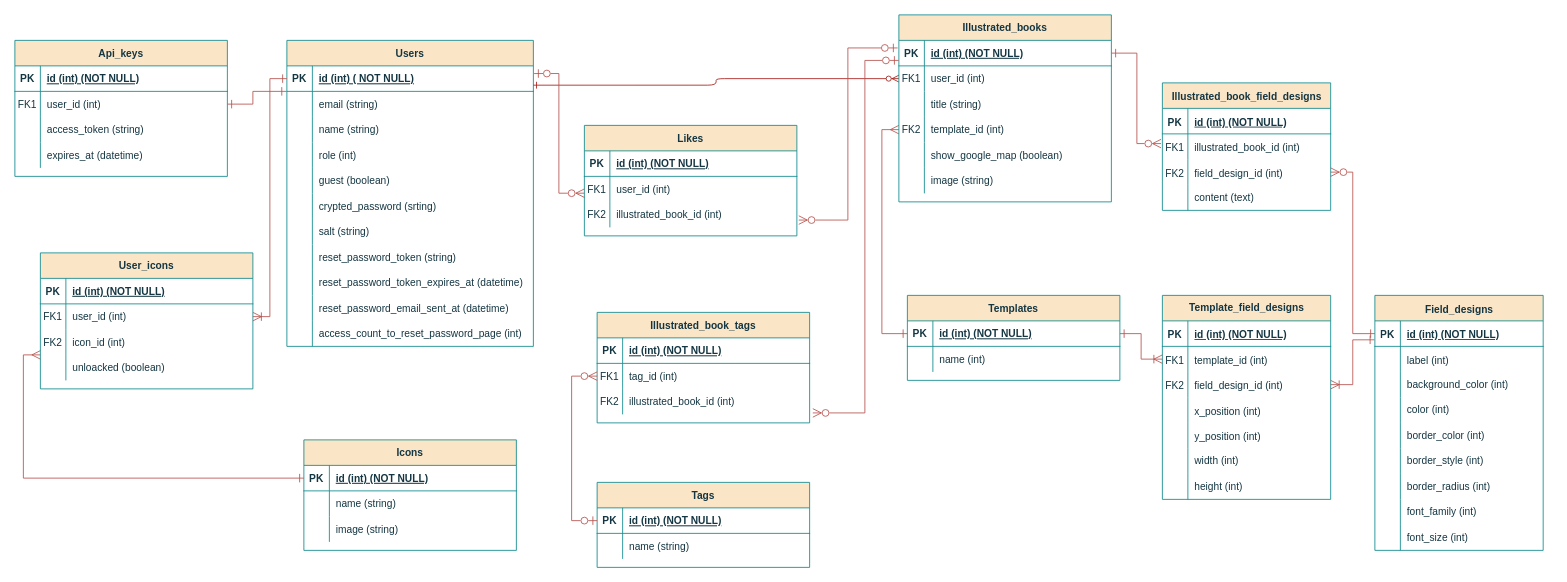
furukoshi12/zukan-create keeps this draw.io diagram as ER図.drawio. Above is the earlier version. Source tidied: cells renumbered, new cells numbered last; positions are measured from the earlier drawing's top-left corner, leaving out a move shared by most shapes. Both pictures are drawn from the tidied source at 85%, with x=0, y=0 at pixel (14, 14).
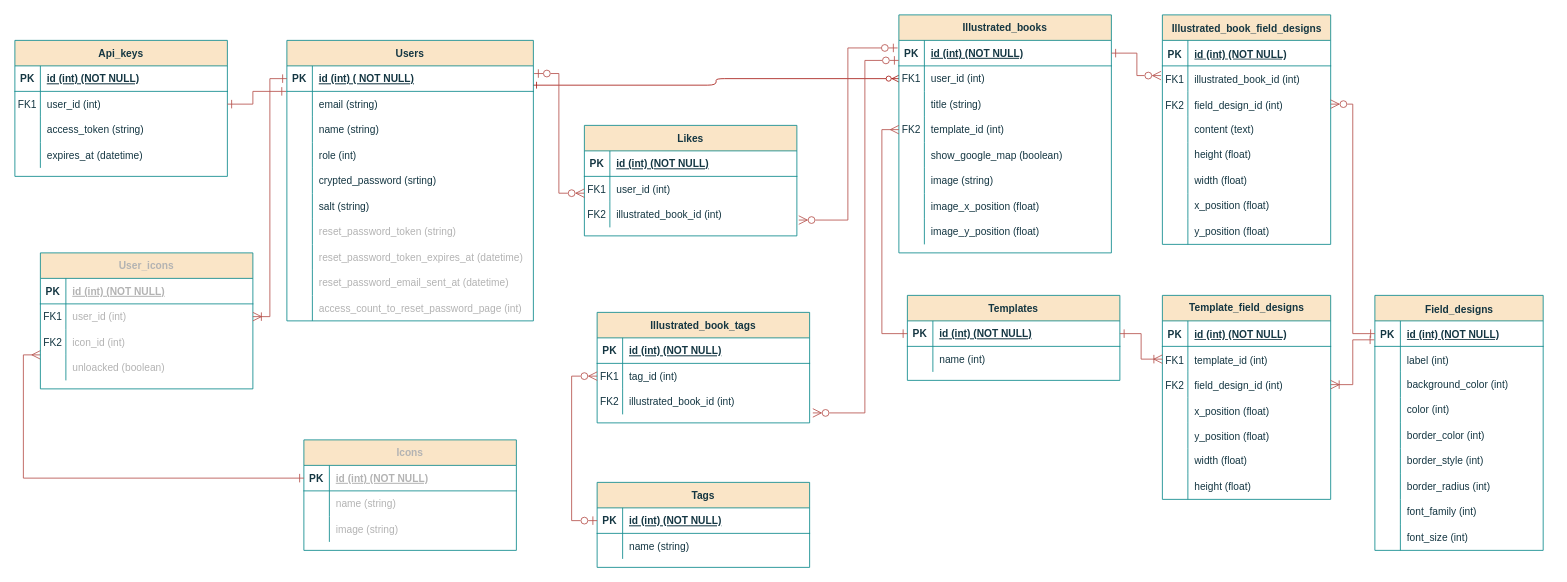
Above is the later version.

Commit message:
ER図.drawio を更新します

Unchanged cells that the change refers to:
```xml
<mxCell id="64" style="shape=partialRectangle;fillColor=none;points=[[0,0.5],[1,0.5]];portConstraint=eastwest;top=0;left=0;right=0;bottom=1;labelBackgroundColor=none;strokeColor=#0F8B8D;fontColor=#143642;" parent="63" vertex="1">
  <mxGeometry y="30" width="250" height="30" as="geometry" />
</mxCell>
<mxCell id="67" style="shape=partialRectangle;fillColor=none;top=0;left=0;right=0;bottom=0;labelBackgroundColor=none;strokeColor=#0F8B8D;fontColor=#143642;" parent="63" vertex="1">
  <mxGeometry y="60" width="250" height="30" as="geometry" />
</mxCell>
<mxCell id="70" style="shape=partialRectangle;fillColor=none;top=0;left=0;right=0;bottom=0;labelBackgroundColor=none;strokeColor=#0F8B8D;fontColor=#143642;" parent="63" vertex="1">
  <mxGeometry y="90" width="250" height="30" as="geometry" />
</mxCell>
<mxCell id="144" style="shape=tableRow;horizontal=0;startSize=0;swimlaneHead=0;swimlaneBody=0;fillColor=none;top=0;left=0;right=0;bottom=0;strokeColor=#0F8B8D;fontSize=16;fontColor=#143642;" parent="134" vertex="1">
  <mxGeometry y="120" width="198" height="30" as="geometry" />
</mxCell>
<mxCell id="147" style="shape=tableRow;horizontal=0;startSize=0;swimlaneHead=0;swimlaneBody=0;fillColor=none;top=0;left=0;right=0;bottom=0;strokeColor=#0F8B8D;fontSize=16;fontColor=#143642;" parent="134" vertex="1">
  <mxGeometry y="150" width="198" height="30" as="geometry" />
</mxCell>
<mxCell id="150" style="shape=tableRow;horizontal=0;startSize=0;swimlaneHead=0;swimlaneBody=0;fillColor=none;top=0;left=0;right=0;bottom=0;strokeColor=#0F8B8D;fontSize=16;fontColor=#143642;" parent="134" vertex="1">
  <mxGeometry y="180" width="198" height="30" as="geometry" />
</mxCell>
<mxCell id="153" style="shape=tableRow;horizontal=0;startSize=0;swimlaneHead=0;swimlaneBody=0;fillColor=none;top=0;left=0;right=0;bottom=0;strokeColor=#0F8B8D;fontSize=16;fontColor=#143642;" parent="134" vertex="1">
  <mxGeometry y="210" width="198" height="30" as="geometry" />
</mxCell>
<mxCell id="174" style="shape=partialRectangle;fillColor=none;top=0;left=0;right=0;bottom=1;labelBackgroundColor=none;strokeColor=#0F8B8D;fontColor=#143642;" parent="173" vertex="1">
  <mxGeometry y="30" width="250" height="30" as="geometry" />
</mxCell>
<mxCell id="177" style="shape=partialRectangle;fillColor=none;points=[[0,0.5],[1,0.5]];portConstraint=eastwest;top=0;left=0;right=0;bottom=0;labelBackgroundColor=none;strokeColor=#0F8B8D;fontColor=#143642;" parent="173" vertex="1">
  <mxGeometry y="60" width="250" height="30" as="geometry" />
</mxCell>
<mxCell id="180" style="shape=partialRectangle;fillColor=none;points=[[0,0.5],[1,0.5]];portConstraint=eastwest;top=0;left=0;right=0;bottom=0;labelBackgroundColor=none;strokeColor=#0F8B8D;fontColor=#143642;" parent="173" vertex="1">
  <mxGeometry y="90" width="250" height="30" as="geometry" />
</mxCell>
<mxCell id="183" style="shape=partialRectangle;fillColor=none;top=0;left=0;right=0;bottom=0;labelBackgroundColor=none;strokeColor=#0F8B8D;fontColor=#143642;" parent="173" vertex="1">
  <mxGeometry y="120" width="250" height="30" as="geometry" />
</mxCell>
```

Change to the diagram source:
```diff
@@
     <mxCell id="3" value="Illustrated_books" style="shape=table;startSize=30;childLayout=tableLayout;rowLines=0;fontStyle=1;align=center;labelBackgroundColor=none;fillColor=#FAE5C7;strokeColor=#0F8B8D;fontColor=#143642;" parent="1" vertex="1">
-      <mxGeometry x="1040" width="250" height="220" as="geometry" />
+      <mxGeometry x="1040" width="250" height="280" as="geometry" />
     </mxCell>
@@
+    <mxCell id="203" style="shape=partialRectangle;fillColor=none;top=0;left=0;right=0;bottom=0;labelBackgroundColor=none;strokeColor=#0F8B8D;fontColor=#143642;" parent="3" vertex="1">
+      <mxGeometry y="210" width="250" height="30" as="geometry" />
+    </mxCell>
+    <mxCell id="204" style="shape=partialRectangle;overflow=hidden;fillColor=none;top=0;left=0;bottom=0;right=0;labelBackgroundColor=none;strokeColor=#0F8B8D;fontColor=#143642;" parent="203" vertex="1">
+      <mxGeometry width="30" height="30" as="geometry" />
+    </mxCell>
+    <mxCell id="205" value="image_x_position (float)" style="shape=partialRectangle;overflow=hidden;fillColor=none;top=0;left=0;bottom=0;right=0;align=left;spacingLeft=6;labelBackgroundColor=none;strokeColor=#0F8B8D;fontColor=#143642;" parent="203" vertex="1">
+      <mxGeometry x="30" width="220" height="30" as="geometry" />
+    </mxCell>
+    <mxCell id="206" style="shape=partialRectangle;fillColor=none;top=0;left=0;right=0;bottom=0;labelBackgroundColor=none;strokeColor=#0F8B8D;fontColor=#143642;" parent="3" vertex="1">
+      <mxGeometry y="240" width="250" height="30" as="geometry" />
+    </mxCell>
+    <mxCell id="207" style="shape=partialRectangle;overflow=hidden;fillColor=none;top=0;left=0;bottom=0;right=0;labelBackgroundColor=none;strokeColor=#0F8B8D;fontColor=#143642;" parent="206" vertex="1">
+      <mxGeometry width="30" height="30" as="geometry" />
+    </mxCell>
+    <mxCell id="208" value="image_y_position (float)" style="shape=partialRectangle;overflow=hidden;fillColor=none;top=0;left=0;bottom=0;right=0;align=left;spacingLeft=6;labelBackgroundColor=none;strokeColor=#0F8B8D;fontColor=#143642;" parent="206" vertex="1">
+      <mxGeometry x="30" width="220" height="30" as="geometry" />
+    </mxCell>
@@
     <mxCell id="29" value="Users" style="shape=table;startSize=30;childLayout=tableLayout;rowLines=0;fontStyle=1;align=center;labelBackgroundColor=none;fillColor=#FAE5C7;strokeColor=#0F8B8D;fontColor=#143642;" parent="1" vertex="1">
-      <mxGeometry x="320" y="30" width="290" height="360" as="geometry" />
+      <mxGeometry x="320" y="30" width="290" height="330" as="geometry" />
     </mxCell>
@@
-    <mxCell id="42" style="shape=partialRectangle;fillColor=none;top=0;left=0;right=0;bottom=0;labelBackgroundColor=none;strokeColor=#0F8B8D;fontColor=#143642;" parent="29" vertex="1">
-      <mxGeometry y="150" width="290" height="30" as="geometry" />
-    </mxCell>
-    <mxCell id="43" style="shape=partialRectangle;overflow=hidden;fillColor=none;top=0;left=0;bottom=0;right=0;labelBackgroundColor=none;strokeColor=#0F8B8D;fontColor=#143642;" parent="42" vertex="1">
-      <mxGeometry width="30" height="30" as="geometry" />
-    </mxCell>
-    <mxCell id="44" value="guest (boolean)" style="shape=partialRectangle;overflow=hidden;fillColor=none;top=0;left=0;bottom=0;right=0;align=left;spacingLeft=6;labelBackgroundColor=none;strokeColor=#0F8B8D;fontColor=#143642;" parent="42" vertex="1">
-      <mxGeometry x="30" width="260" height="30" as="geometry" />
-    </mxCell>
     <mxCell id="45" style="shape=partialRectangle;fillColor=none;top=0;left=0;right=0;bottom=0;labelBackgroundColor=none;strokeColor=#0F8B8D;fontColor=#143642;" parent="29" vertex="1">
-      <mxGeometry y="180" width="290" height="30" as="geometry" />
+      <mxGeometry y="150" width="290" height="30" as="geometry" />
     </mxCell>
@@
     <mxCell id="48" style="shape=partialRectangle;fillColor=none;top=0;left=0;right=0;bottom=0;labelBackgroundColor=none;strokeColor=#0F8B8D;fontColor=#143642;" parent="29" vertex="1">
-      <mxGeometry y="210" width="290" height="30" as="geometry" />
+      <mxGeometry y="180" width="290" height="30" as="geometry" />
     </mxCell>
@@
     <mxCell id="51" style="shape=partialRectangle;fillColor=none;top=0;left=0;right=0;bottom=0;labelBackgroundColor=none;strokeColor=#0F8B8D;fontColor=#143642;" parent="29" vertex="1">
-      <mxGeometry y="240" width="290" height="30" as="geometry" />
+      <mxGeometry y="210" width="290" height="30" as="geometry" />
     </mxCell>
@@
-    <mxCell id="53" value="reset_password_token (string)" style="shape=partialRectangle;overflow=hidden;fillColor=none;top=0;left=0;bottom=0;right=0;align=left;spacingLeft=6;labelBackgroundColor=none;strokeColor=#0F8B8D;fontColor=#143642;" parent="51" vertex="1">
+    <mxCell id="53" value="reset_password_token (string)" style="shape=partialRectangle;overflow=hidden;fillColor=none;top=0;left=0;bottom=0;right=0;align=left;spacingLeft=6;labelBackgroundColor=none;strokeColor=#0F8B8D;fontColor=#B3B3B3;" parent="51" vertex="1">
       <mxGeometry x="30" width="260" height="30" as="geometry" />
     </mxCell>
     <mxCell id="54" style="shape=partialRectangle;fillColor=none;top=0;left=0;right=0;bottom=0;labelBackgroundColor=none;strokeColor=#0F8B8D;fontColor=#143642;" parent="29" vertex="1">
-      <mxGeometry y="270" width="290" height="30" as="geometry" />
+      <mxGeometry y="240" width="290" height="30" as="geometry" />
     </mxCell>
@@
-    <mxCell id="56" value="reset_password_token_expires_at (datetime)" style="shape=partialRectangle;overflow=hidden;fillColor=none;top=0;left=0;bottom=0;right=0;align=left;spacingLeft=6;labelBackgroundColor=none;strokeColor=#0F8B8D;fontColor=#143642;" parent="54" vertex="1">
+    <mxCell id="56" value="reset_password_token_expires_at (datetime)" style="shape=partialRectangle;overflow=hidden;fillColor=none;top=0;left=0;bottom=0;right=0;align=left;spacingLeft=6;labelBackgroundColor=none;strokeColor=#0F8B8D;fontColor=#B3B3B3;" parent="54" vertex="1">
       <mxGeometry x="30" width="260" height="30" as="geometry" />
     </mxCell>
     <mxCell id="57" style="shape=partialRectangle;fillColor=none;top=0;left=0;right=0;bottom=0;labelBackgroundColor=none;strokeColor=#0F8B8D;fontColor=#143642;" parent="29" vertex="1">
-      <mxGeometry y="300" width="290" height="30" as="geometry" />
+      <mxGeometry y="270" width="290" height="30" as="geometry" />
     </mxCell>
@@
-    <mxCell id="59" value="reset_password_email_sent_at (datetime)" style="shape=partialRectangle;overflow=hidden;fillColor=none;top=0;left=0;bottom=0;right=0;align=left;spacingLeft=6;labelBackgroundColor=none;strokeColor=#0F8B8D;fontColor=#143642;" parent="57" vertex="1">
+    <mxCell id="59" value="reset_password_email_sent_at (datetime)" style="shape=partialRectangle;overflow=hidden;fillColor=none;top=0;left=0;bottom=0;right=0;align=left;spacingLeft=6;labelBackgroundColor=none;strokeColor=#0F8B8D;fontColor=#B3B3B3;" parent="57" vertex="1">
       <mxGeometry x="30" width="260" height="30" as="geometry" />
     </mxCell>
     <mxCell id="60" style="shape=partialRectangle;fillColor=none;top=0;left=0;right=0;bottom=0;labelBackgroundColor=none;strokeColor=#0F8B8D;fontColor=#143642;" parent="29" vertex="1">
-      <mxGeometry y="330" width="290" height="30" as="geometry" />
+      <mxGeometry y="300" width="290" height="30" as="geometry" />
     </mxCell>
@@
-    <mxCell id="62" value="access_count_to_reset_password_page (int)" style="shape=partialRectangle;overflow=hidden;fillColor=none;top=0;left=0;bottom=0;right=0;align=left;spacingLeft=6;labelBackgroundColor=none;strokeColor=#0F8B8D;fontColor=#143642;" parent="60" vertex="1">
+    <mxCell id="62" value="access_count_to_reset_password_page (int)" style="shape=partialRectangle;overflow=hidden;fillColor=none;top=0;left=0;bottom=0;right=0;align=left;spacingLeft=6;labelBackgroundColor=none;strokeColor=#0F8B8D;fontColor=#B3B3B3;" parent="60" vertex="1">
       <mxGeometry x="30" width="260" height="30" as="geometry" />
     </mxCell>
-    <mxCell id="63" value="Icons" style="shape=table;startSize=30;childLayout=tableLayout;rowLines=0;fontStyle=1;align=center;labelBackgroundColor=none;fillColor=#FAE5C7;strokeColor=#0F8B8D;fontColor=#143642;" parent="1" vertex="1">
+    <mxCell id="63" value="Icons" style="shape=table;startSize=30;childLayout=tableLayout;rowLines=0;fontStyle=1;align=center;labelBackgroundColor=none;fillColor=#FAE5C7;strokeColor=#0F8B8D;fontColor=#B3B3B3;" parent="1" vertex="1">
       <mxGeometry x="340" y="500" width="250" height="130" as="geometry" />
     </mxCell>
@@
-    <mxCell id="66" value="id (int) (NOT NULL)" style="shape=partialRectangle;overflow=hidden;fillColor=none;top=0;left=0;bottom=0;right=0;align=left;spacingLeft=6;fontStyle=5;labelBackgroundColor=none;strokeColor=#0F8B8D;fontColor=#143642;" parent="64" vertex="1">
+    <mxCell id="66" value="id (int) (NOT NULL)" style="shape=partialRectangle;overflow=hidden;fillColor=none;top=0;left=0;bottom=0;right=0;align=left;spacingLeft=6;fontStyle=5;labelBackgroundColor=none;strokeColor=#0F8B8D;fontColor=#B3B3B3;" parent="64" vertex="1">
       <mxGeometry x="30" width="220" height="30" as="geometry" />
     </mxCell>
@@
-    <mxCell id="69" value="name (string)" style="shape=partialRectangle;overflow=hidden;fillColor=none;top=0;left=0;bottom=0;right=0;align=left;spacingLeft=6;labelBackgroundColor=none;strokeColor=#0F8B8D;fontColor=#143642;" parent="67" vertex="1">
+    <mxCell id="69" value="name (string)" style="shape=partialRectangle;overflow=hidden;fillColor=none;top=0;left=0;bottom=0;right=0;align=left;spacingLeft=6;labelBackgroundColor=none;strokeColor=#0F8B8D;fontColor=#B3B3B3;" parent="67" vertex="1">
       <mxGeometry x="30" width="220" height="30" as="geometry" />
     </mxCell>
@@
-    <mxCell id="72" value="image (string)" style="shape=partialRectangle;overflow=hidden;fillColor=none;top=0;left=0;bottom=0;right=0;align=left;spacingLeft=6;labelBackgroundColor=none;strokeColor=#0F8B8D;fontColor=#143642;" parent="70" vertex="1">
+    <mxCell id="72" value="image (string)" style="shape=partialRectangle;overflow=hidden;fillColor=none;top=0;left=0;bottom=0;right=0;align=left;spacingLeft=6;labelBackgroundColor=none;strokeColor=#0F8B8D;fontColor=#B3B3B3;" parent="70" vertex="1">
       <mxGeometry x="30" width="220" height="30" as="geometry" />
     </mxCell>
@@
-    <mxCell id="146" value="&lt;font style=&quot;font-size: 12px;&quot;&gt;x_position (int)&lt;/font&gt;" style="shape=partialRectangle;fillColor=none;top=0;left=0;bottom=0;right=0;align=left;spacingLeft=6;overflow=hidden;whiteSpace=wrap;html=1;strokeColor=#0F8B8D;fontSize=16;fontColor=#143642;" parent="144" vertex="1">
+    <mxCell id="146" value="&lt;font style=&quot;font-size: 12px;&quot;&gt;x_position (float)&lt;/font&gt;" style="shape=partialRectangle;fillColor=none;top=0;left=0;bottom=0;right=0;align=left;spacingLeft=6;overflow=hidden;whiteSpace=wrap;html=1;strokeColor=#0F8B8D;fontSize=16;fontColor=#143642;" parent="144" vertex="1">
       <mxGeometry x="30" width="168" height="30" as="geometry" />
     </mxCell>
@@
-    <mxCell id="149" value="&lt;font style=&quot;font-size: 12px;&quot;&gt;y_position (int)&lt;/font&gt;" style="shape=partialRectangle;fillColor=none;top=0;left=0;bottom=0;right=0;align=left;spacingLeft=6;overflow=hidden;whiteSpace=wrap;html=1;strokeColor=#0F8B8D;fontSize=16;fontColor=#143642;" parent="147" vertex="1">
+    <mxCell id="149" value="&lt;font style=&quot;font-size: 12px;&quot;&gt;y_position (float)&lt;/font&gt;" style="shape=partialRectangle;fillColor=none;top=0;left=0;bottom=0;right=0;align=left;spacingLeft=6;overflow=hidden;whiteSpace=wrap;html=1;strokeColor=#0F8B8D;fontSize=16;fontColor=#143642;" parent="147" vertex="1">
       <mxGeometry x="30" width="168" height="30" as="geometry" />
     </mxCell>
@@
-    <mxCell id="152" value="width (int)" style="shape=partialRectangle;fillColor=none;top=0;left=0;bottom=0;right=0;align=left;spacingLeft=6;overflow=hidden;whiteSpace=wrap;html=1;strokeColor=#0F8B8D;fontSize=12;fontColor=#143642;" parent="150" vertex="1">
+    <mxCell id="152" value="width (float)" style="shape=partialRectangle;fillColor=none;top=0;left=0;bottom=0;right=0;align=left;spacingLeft=6;overflow=hidden;whiteSpace=wrap;html=1;strokeColor=#0F8B8D;fontSize=12;fontColor=#143642;" parent="150" vertex="1">
       <mxGeometry x="30" width="168" height="30" as="geometry" />
     </mxCell>
@@
-    <mxCell id="155" value="height (int)" style="shape=partialRectangle;fillColor=none;top=0;left=0;bottom=0;right=0;align=left;spacingLeft=6;overflow=hidden;whiteSpace=wrap;html=1;strokeColor=#0F8B8D;fontSize=12;fontColor=#143642;" parent="153" vertex="1">
+    <mxCell id="155" value="height (float)" style="shape=partialRectangle;fillColor=none;top=0;left=0;bottom=0;right=0;align=left;spacingLeft=6;overflow=hidden;whiteSpace=wrap;html=1;strokeColor=#0F8B8D;fontSize=12;fontColor=#143642;" parent="153" vertex="1">
       <mxGeometry x="30" width="168" height="30" as="geometry" />
     </mxCell>
@@
     <mxCell id="158" value="&lt;span style=&quot;font-size: 12px;&quot;&gt;Illustrated_book_field_designs&lt;/span&gt;" style="shape=table;startSize=30;childLayout=tableLayout;rowLines=0;fontStyle=1;align=center;html=1;strokeColor=#0F8B8D;fontSize=16;fontColor=#143642;fillColor=#FAE5C7;" parent="1" vertex="1">
-      <mxGeometry x="1350" y="80" width="198" height="150" as="geometry" />
+      <mxGeometry x="1350" width="198" height="270" as="geometry" />
     </mxCell>
@@
+    <mxCell id="209" style="shape=tableRow;horizontal=0;startSize=0;swimlaneHead=0;swimlaneBody=0;fillColor=none;top=0;left=0;right=0;bottom=0;strokeColor=#0F8B8D;fontSize=16;fontColor=#143642;" parent="158" vertex="1">
+      <mxGeometry y="150" width="198" height="30" as="geometry" />
+    </mxCell>
+    <mxCell id="210" style="shape=partialRectangle;fillColor=none;top=0;left=0;bottom=0;right=0;overflow=hidden;whiteSpace=wrap;html=1;strokeColor=#0F8B8D;fontSize=16;fontColor=#143642;" parent="209" vertex="1">
+      <mxGeometry width="30" height="30" as="geometry" />
+    </mxCell>
+    <mxCell id="211" value="height (float)" style="shape=partialRectangle;fillColor=none;top=0;left=0;bottom=0;right=0;align=left;spacingLeft=6;overflow=hidden;whiteSpace=wrap;html=1;strokeColor=#0F8B8D;fontSize=12;fontColor=#143642;" parent="209" vertex="1">
+      <mxGeometry x="30" width="168" height="30" as="geometry" />
+    </mxCell>
+    <mxCell id="212" style="shape=tableRow;horizontal=0;startSize=0;swimlaneHead=0;swimlaneBody=0;fillColor=none;top=0;left=0;right=0;bottom=0;strokeColor=#0F8B8D;fontSize=16;fontColor=#143642;" parent="158" vertex="1">
+      <mxGeometry y="180" width="198" height="30" as="geometry" />
+    </mxCell>
+    <mxCell id="213" style="shape=partialRectangle;fillColor=none;top=0;left=0;bottom=0;right=0;overflow=hidden;whiteSpace=wrap;html=1;strokeColor=#0F8B8D;fontSize=16;fontColor=#143642;" parent="212" vertex="1">
+      <mxGeometry width="30" height="30" as="geometry" />
+    </mxCell>
+    <mxCell id="214" value="width (float)" style="shape=partialRectangle;fillColor=none;top=0;left=0;bottom=0;right=0;align=left;spacingLeft=6;overflow=hidden;whiteSpace=wrap;html=1;strokeColor=#0F8B8D;fontSize=12;fontColor=#143642;" parent="212" vertex="1">
+      <mxGeometry x="30" width="168" height="30" as="geometry" />
+    </mxCell>
+    <mxCell id="215" style="shape=tableRow;horizontal=0;startSize=0;swimlaneHead=0;swimlaneBody=0;fillColor=none;top=0;left=0;right=0;bottom=0;strokeColor=#0F8B8D;fontSize=16;fontColor=#143642;" parent="158" vertex="1">
+      <mxGeometry y="210" width="198" height="30" as="geometry" />
+    </mxCell>
+    <mxCell id="216" style="shape=partialRectangle;fillColor=none;top=0;left=0;bottom=0;right=0;overflow=hidden;whiteSpace=wrap;html=1;strokeColor=#0F8B8D;fontSize=16;fontColor=#143642;" parent="215" vertex="1">
+      <mxGeometry width="30" height="30" as="geometry" />
+    </mxCell>
+    <mxCell id="217" value="x_position (float)" style="shape=partialRectangle;fillColor=none;top=0;left=0;bottom=0;right=0;align=left;spacingLeft=6;overflow=hidden;whiteSpace=wrap;html=1;strokeColor=#0F8B8D;fontSize=12;fontColor=#143642;" parent="215" vertex="1">
+      <mxGeometry x="30" width="168" height="30" as="geometry" />
+    </mxCell>
+    <mxCell id="218" style="shape=tableRow;horizontal=0;startSize=0;swimlaneHead=0;swimlaneBody=0;fillColor=none;top=0;left=0;right=0;bottom=0;strokeColor=#0F8B8D;fontSize=16;fontColor=#143642;" parent="158" vertex="1">
+      <mxGeometry y="240" width="198" height="30" as="geometry" />
+    </mxCell>
+    <mxCell id="219" style="shape=partialRectangle;fillColor=none;top=0;left=0;bottom=0;right=0;overflow=hidden;whiteSpace=wrap;html=1;strokeColor=#0F8B8D;fontSize=16;fontColor=#143642;" parent="218" vertex="1">
+      <mxGeometry width="30" height="30" as="geometry" />
+    </mxCell>
+    <mxCell id="220" value="y_position (float)" style="shape=partialRectangle;fillColor=none;top=0;left=0;bottom=0;right=0;align=left;spacingLeft=6;overflow=hidden;whiteSpace=wrap;html=1;strokeColor=#0F8B8D;fontSize=12;fontColor=#143642;" parent="218" vertex="1">
+      <mxGeometry x="30" width="168" height="30" as="geometry" />
+    </mxCell>
@@
-    <mxCell id="173" value="User_icons" style="shape=table;startSize=30;childLayout=tableLayout;rowLines=0;fontStyle=1;align=center;labelBackgroundColor=none;fillColor=#FAE5C7;strokeColor=#0F8B8D;fontColor=#143642;" parent="1" vertex="1">
+    <mxCell id="173" value="User_icons" style="shape=table;startSize=30;childLayout=tableLayout;rowLines=0;fontStyle=1;align=center;labelBackgroundColor=none;fillColor=#FAE5C7;strokeColor=#0F8B8D;fontColor=#B3B3B3;" parent="1" vertex="1">
       <mxGeometry x="30" y="280" width="250" height="160" as="geometry" />
     </mxCell>
@@
-    <mxCell id="176" value="id (int) (NOT NULL)" style="shape=partialRectangle;overflow=hidden;fillColor=none;top=0;left=0;bottom=0;right=0;align=left;spacingLeft=6;fontStyle=5;labelBackgroundColor=none;strokeColor=#0F8B8D;fontColor=#143642;" parent="174" vertex="1">
+    <mxCell id="176" value="id (int) (NOT NULL)" style="shape=partialRectangle;overflow=hidden;fillColor=none;top=0;left=0;bottom=0;right=0;align=left;spacingLeft=6;fontStyle=5;labelBackgroundColor=none;strokeColor=#0F8B8D;fontColor=#B3B3B3;" parent="174" vertex="1">
       <mxGeometry x="30" width="220" height="30" as="geometry" />
     </mxCell>
@@
-    <mxCell id="179" value="user_id (int)" style="shape=partialRectangle;overflow=hidden;fillColor=none;top=0;left=0;bottom=0;right=0;align=left;spacingLeft=6;labelBackgroundColor=none;strokeColor=#0F8B8D;fontColor=#143642;" parent="177" vertex="1">
+    <mxCell id="179" value="user_id (int)" style="shape=partialRectangle;overflow=hidden;fillColor=none;top=0;left=0;bottom=0;right=0;align=left;spacingLeft=6;labelBackgroundColor=none;strokeColor=#0F8B8D;fontColor=#B3B3B3;" parent="177" vertex="1">
       <mxGeometry x="30" width="220" height="30" as="geometry" />
     </mxCell>
@@
-    <mxCell id="182" value="icon_id (int)" style="shape=partialRectangle;overflow=hidden;fillColor=none;top=0;left=0;bottom=0;right=0;align=left;spacingLeft=6;labelBackgroundColor=none;strokeColor=#0F8B8D;fontColor=#143642;" parent="180" vertex="1">
+    <mxCell id="182" value="icon_id (int)" style="shape=partialRectangle;overflow=hidden;fillColor=none;top=0;left=0;bottom=0;right=0;align=left;spacingLeft=6;labelBackgroundColor=none;strokeColor=#0F8B8D;fontColor=#B3B3B3;" parent="180" vertex="1">
       <mxGeometry x="30" width="220" height="30" as="geometry" />
     </mxCell>
@@
-    <mxCell id="185" value="unloacked (boolean)" style="shape=partialRectangle;overflow=hidden;fillColor=none;top=0;left=0;bottom=0;right=0;align=left;spacingLeft=6;labelBackgroundColor=none;strokeColor=#0F8B8D;fontColor=#143642;" parent="183" vertex="1">
+    <mxCell id="185" value="unloacked (boolean)" style="shape=partialRectangle;overflow=hidden;fillColor=none;top=0;left=0;bottom=0;right=0;align=left;spacingLeft=6;labelBackgroundColor=none;strokeColor=#0F8B8D;fontColor=#B3B3B3;" parent="183" vertex="1">
       <mxGeometry x="30" width="220" height="30" as="geometry" />
     </mxCell>
```
